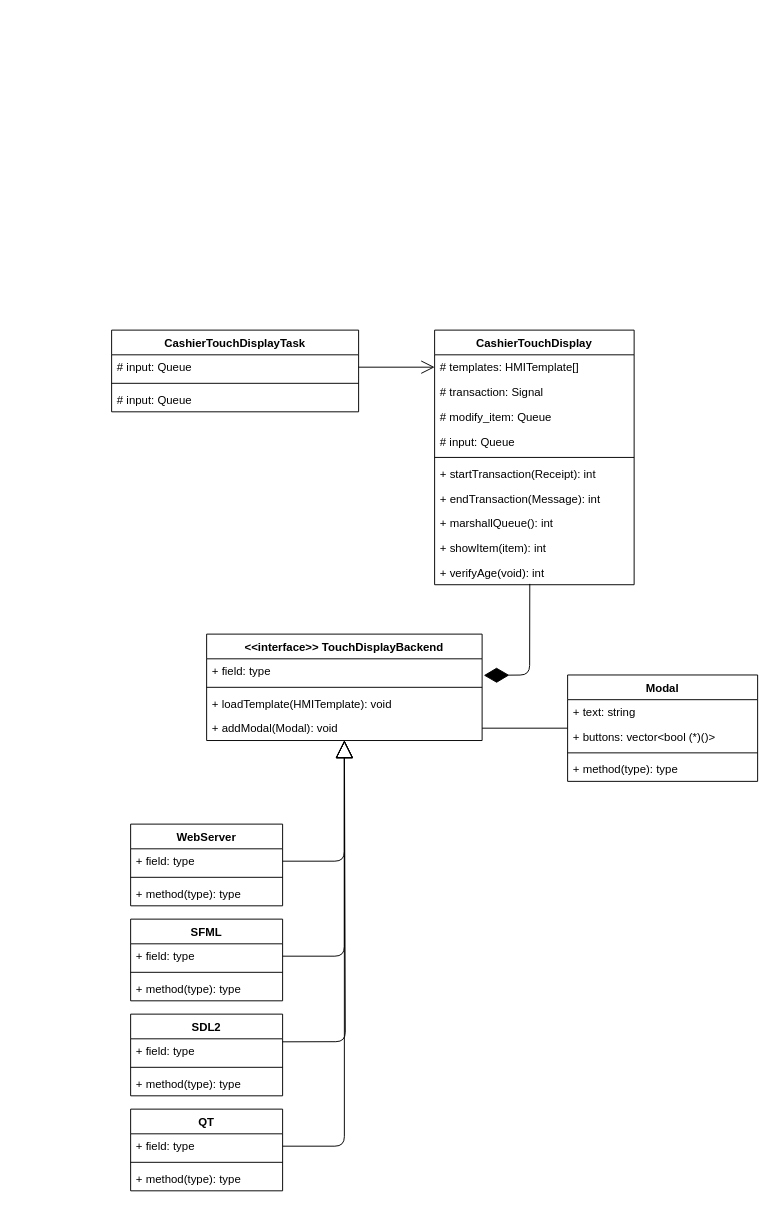
LasseGoransson/ESD-E2020 keeps this draw.io diagram as page "Page-1" (1 of 2) of diagrams/CashierHMI.drawio. Above is the earlier version. Source tidied: cells renumbered, new cells numbered last; positions are measured from the earlier drawing's top-left corner, leaving out a move shared by most shapes. Both pictures are drawn from the tidied source at 95%, with x=0, y=0 at pixel (111, 330).
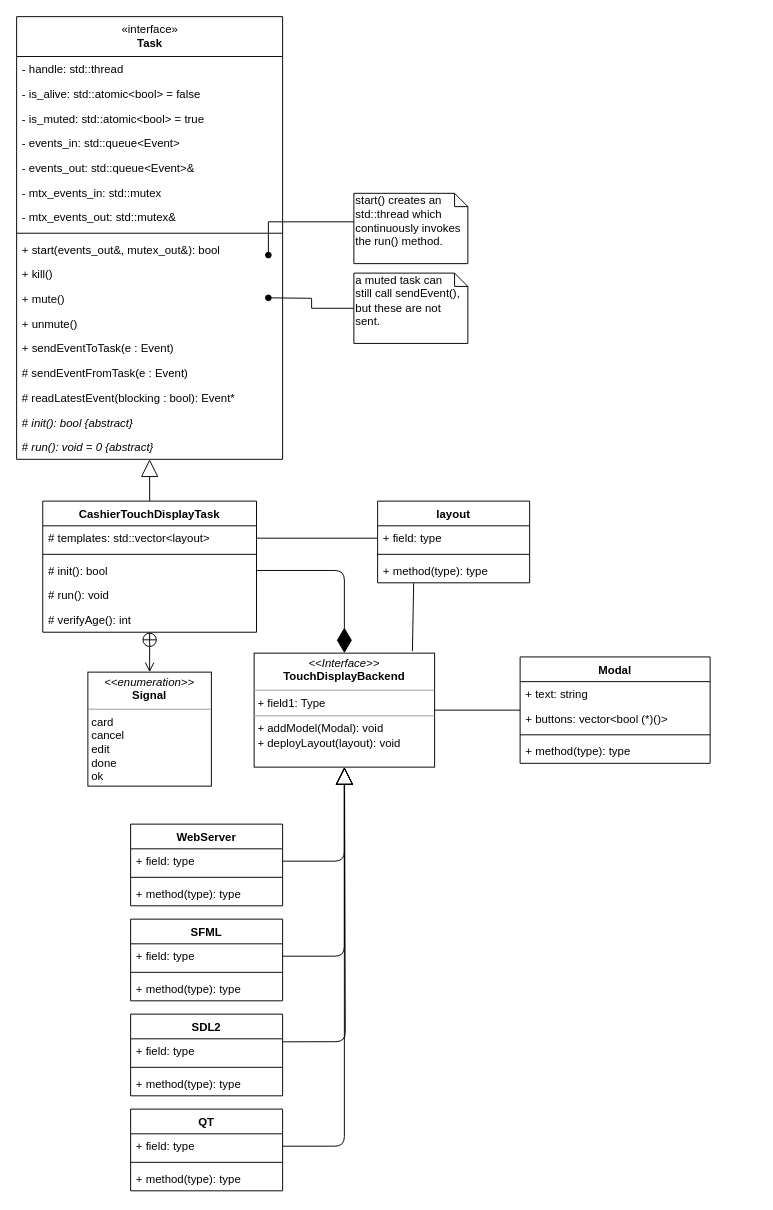
Above is the later version.

Commit message:
Cant remember forgot to commit

The change refers to these unchanged cells:
```xml
<mxCell id="10" value="+ field: type" style="text;strokeColor=none;fillColor=none;align=left;verticalAlign=top;spacingLeft=4;spacingRight=4;overflow=hidden;points=[[0,0.5],[1,0.5]];portConstraint=eastwest;" parent="9" vertex="1">
  <mxGeometry y="26" width="160" height="26" as="geometry" />
</mxCell>
<mxCell id="14" value="+ field: type" style="text;strokeColor=none;fillColor=none;align=left;verticalAlign=top;spacingLeft=4;spacingRight=4;overflow=hidden;points=[[0,0.5],[1,0.5]];portConstraint=eastwest;" parent="13" vertex="1">
  <mxGeometry y="26" width="160" height="26" as="geometry" />
</mxCell>
<mxCell id="33" value="+ field: type" style="text;strokeColor=none;fillColor=none;align=left;verticalAlign=top;spacingLeft=4;spacingRight=4;overflow=hidden;points=[[0,0.5],[1,0.5]];portConstraint=eastwest;" parent="32" vertex="1">
  <mxGeometry y="26" width="160" height="26" as="geometry" />
</mxCell>
<mxCell id="37" value="+ field: type" style="text;strokeColor=none;fillColor=none;align=left;verticalAlign=top;spacingLeft=4;spacingRight=4;overflow=hidden;points=[[0,0.5],[1,0.5]];portConstraint=eastwest;" parent="36" vertex="1">
  <mxGeometry y="26" width="160" height="26" as="geometry" />
</mxCell>
```

Diff of the diagram source:
```diff
@@
-    <mxCell id="2" style="endArrow=block;endSize=16;endFill=0;html=1;fontStyle=1;" parent="1" edge="1" source="10" target="49">
+    <mxCell id="2" style="endArrow=block;endSize=16;endFill=0;html=1;fontStyle=1;" parent="1" edge="1" source="10" target="56">
       <mxGeometry x="0.12" y="-50" relative="1" as="geometry">
         <Array as="points">
           <mxPoint x="245" y="559" />
         </Array>
       </mxGeometry>
     </mxCell>
-    <mxCell id="3" style="endArrow=diamondThin;endFill=1;endSize=24;html=1;strokeColor=#000000;exitX=0.477;exitY=0.967;exitDx=0;exitDy=0;exitPerimeter=0;entryX=1.006;entryY=0.67;entryDx=0;entryDy=0;entryPerimeter=0;" parent="1" edge="1" source="27" target="46">
-      <mxGeometry relative="1" as="geometry">
-        <Array as="points">
-          <mxPoint x="440" y="363" />
-        </Array>
-      </mxGeometry>
-    </mxCell>
-    <mxCell id="4" style="endArrow=open;endFill=1;endSize=12;html=1;strokeColor=#000000;exitX=1;exitY=0.5;exitDx=0;exitDy=0;" parent="1" edge="1" source="29" target="18">
-      <mxGeometry relative="1" as="geometry" />
-    </mxCell>
-    <mxCell id="5" style="endArrow=block;endSize=16;endFill=0;html=1;" parent="1" edge="1" source="14" target="49">
+    <mxCell id="5" style="endArrow=block;endSize=16;endFill=0;html=1;" parent="1" edge="1" source="14" target="56">
       <mxGeometry x="0.12" y="-50" relative="1" as="geometry">
         <Array as="points">
           <mxPoint x="245" y="659" />
         </Array>
       </mxGeometry>
     </mxCell>
-    <mxCell id="6" style="endArrow=block;endSize=16;endFill=0;html=1;exitX=0.999;exitY=0.121;exitDx=0;exitDy=0;exitPerimeter=0;" parent="1" edge="1" source="33" target="49">
+    <mxCell id="6" style="endArrow=block;endSize=16;endFill=0;html=1;exitX=0.999;exitY=0.121;exitDx=0;exitDy=0;exitPerimeter=0;" parent="1" edge="1" source="33" target="56">
       <mxGeometry x="0.12" y="-50" relative="1" as="geometry">
         <Array as="points">
           <mxPoint x="246" y="749" />
         </Array>
       </mxGeometry>
     </mxCell>
-    <mxCell id="7" style="endArrow=block;endSize=16;endFill=0;html=1;exitX=1;exitY=0.5;exitDx=0;exitDy=0;" parent="1" edge="1" source="37" target="49">
+    <mxCell id="7" style="endArrow=block;endSize=16;endFill=0;html=1;exitX=1;exitY=0.5;exitDx=0;exitDy=0;" parent="1" edge="1" source="37" target="56">
       <mxGeometry x="0.12" y="-50" relative="1" as="geometry">
         <Array as="points">
           <mxPoint x="245" y="859" />
         </Array>
       </mxGeometry>
     </mxCell>
-    <mxCell id="8" style="edgeStyle=orthogonalEdgeStyle;rounded=0;jettySize=auto;html=1;entryX=1;entryY=0.5;entryDx=0;entryDy=0;endArrow=none;endFill=0;strokeColor=#000000;" parent="1" edge="1" source="40" target="49">
+    <mxCell id="8" style="edgeStyle=orthogonalEdgeStyle;rounded=0;jettySize=auto;html=1;endArrow=none;endFill=0;strokeColor=#000000;" parent="1" edge="1" source="40" target="56">
       <mxGeometry relative="1" as="geometry" />
     </mxCell>
+    <mxCell id="50" value="start() creates an std::thread which continuously invokes the run() method." style="shape=note;whiteSpace=wrap;html=1;size=14;verticalAlign=top;align=left;spacingTop=-6;" parent="1" vertex="1">
+      <mxGeometry x="255" y="-144" width="120" height="74" as="geometry" />
+    </mxCell>
+    <mxCell id="51" style="edgeStyle=orthogonalEdgeStyle;rounded=0;jettySize=auto;html=1;endArrow=oval;endFill=1;" parent="1" edge="1" source="50">
+      <mxGeometry relative="1" as="geometry">
+        <mxPoint x="165" y="-79" as="targetPoint" />
+        <Array as="points">
+          <mxPoint x="165" y="-114" />
+        </Array>
+      </mxGeometry>
+    </mxCell>
+    <mxCell id="52" value="a muted task can&lt;br&gt;still call sendEvent(),&lt;br&gt;but these are not sent." style="shape=note;whiteSpace=wrap;html=1;size=14;verticalAlign=top;align=left;spacingTop=-6;" parent="1" vertex="1">
+      <mxGeometry x="255" y="-60" width="120" height="74" as="geometry" />
+    </mxCell>
+    <mxCell id="53" style="edgeStyle=orthogonalEdgeStyle;rounded=0;jettySize=auto;html=1;endArrow=oval;endFill=1;" parent="1" edge="1" source="52">
+      <mxGeometry relative="1" as="geometry">
+        <mxPoint x="165" y="-34" as="targetPoint" />
+      </mxGeometry>
+    </mxCell>
+    <mxCell id="54" style="endArrow=block;endSize=16;endFill=0;html=1;" parent="1" edge="1" source="28" target="74">
+      <mxGeometry relative="1" as="geometry" />
+    </mxCell>
+    <mxCell id="55" value="&lt;p style=&quot;margin: 0px ; margin-top: 4px ; text-align: center&quot;&gt;&lt;i&gt;&amp;lt;&amp;lt;enumeration&amp;gt;&amp;gt;&lt;/i&gt;&lt;br&gt;&lt;b&gt;Signal&lt;/b&gt;&lt;/p&gt;&lt;hr size=&quot;1&quot;&gt;&lt;p style=&quot;margin: 0px ; margin-left: 4px&quot;&gt;card&lt;/p&gt;&lt;p style=&quot;margin: 0px ; margin-left: 4px&quot;&gt;cancel&lt;/p&gt;&lt;p style=&quot;margin: 0px ; margin-left: 4px&quot;&gt;edit&lt;/p&gt;&lt;p style=&quot;margin: 0px ; margin-left: 4px&quot;&gt;done&lt;/p&gt;&lt;p style=&quot;margin: 0px ; margin-left: 4px&quot;&gt;ok&lt;/p&gt;&lt;p style=&quot;margin: 0px ; margin-left: 4px&quot;&gt;&lt;br&gt;&lt;/p&gt;" style="verticalAlign=top;align=left;overflow=fill;fontSize=12;fontFamily=Helvetica;html=1;" parent="1" vertex="1">
+      <mxGeometry x="-25" y="360" width="130" height="120" as="geometry" />
+    </mxCell>
+    <mxCell id="56" value="&lt;p style=&quot;margin: 0px ; margin-top: 4px ; text-align: center&quot;&gt;&lt;i&gt;&amp;lt;&amp;lt;Interface&amp;gt;&amp;gt;&lt;/i&gt;&lt;br&gt;&lt;span style=&quot;font-weight: 700&quot;&gt;TouchDisplayBackend&lt;/span&gt;&lt;br&gt;&lt;/p&gt;&lt;hr size=&quot;1&quot;&gt;&lt;p style=&quot;margin: 0px ; margin-left: 4px&quot;&gt;+ field1: Type&lt;br&gt;&lt;/p&gt;&lt;hr size=&quot;1&quot;&gt;&lt;p style=&quot;margin: 0px ; margin-left: 4px&quot;&gt;+ addModel(Modal): void&lt;br&gt;+ deployLayout(layout): void&lt;br&gt;&lt;/p&gt;" style="verticalAlign=top;align=left;overflow=fill;fontSize=12;fontFamily=Helvetica;html=1;" parent="1" vertex="1">
+      <mxGeometry x="150" y="340" width="190" height="120" as="geometry" />
+    </mxCell>
@@
-    <mxCell id="17" value="CashierTouchDisplay" style="swimlane;fontStyle=1;align=center;verticalAlign=top;horizontal=1;startSize=26;strokeColor=#000000;" parent="1" vertex="1">
-      <mxGeometry x="340" width="210" height="268" as="geometry" />
-    </mxCell>
-    <mxCell id="18" value="# templates: HMITemplate[]" style="text;strokeColor=none;fillColor=none;align=left;verticalAlign=top;spacingLeft=4;spacingRight=4;overflow=hidden;points=[[0,0.5],[1,0.5]];portConstraint=eastwest;" parent="17" vertex="1">
-      <mxGeometry y="26" width="210" height="26" as="geometry" />
-    </mxCell>
-    <mxCell id="19" value="# transaction: Signal" style="text;strokeColor=none;fillColor=none;align=left;verticalAlign=top;spacingLeft=4;spacingRight=4;overflow=hidden;" parent="17" vertex="1">
-      <mxGeometry y="52" width="210" height="26" as="geometry" />
-    </mxCell>
-    <mxCell id="20" value="# modify_item: Queue" style="text;strokeColor=none;fillColor=none;align=left;verticalAlign=top;spacingLeft=4;spacingRight=4;overflow=hidden;" parent="17" vertex="1">
-      <mxGeometry y="78" width="210" height="26" as="geometry" />
-    </mxCell>
-    <mxCell id="21" value="# input: Queue" style="text;strokeColor=none;fillColor=none;align=left;verticalAlign=top;spacingLeft=4;spacingRight=4;overflow=hidden;" parent="17" vertex="1">
-      <mxGeometry y="104" width="210" height="26" as="geometry" />
-    </mxCell>
-    <mxCell id="22" style="line;strokeWidth=1;fillColor=none;align=left;verticalAlign=middle;spacingTop=-1;spacingLeft=3;spacingRight=3;labelPosition=right;" parent="17" vertex="1">
-      <mxGeometry y="130" width="210" height="8" as="geometry" />
-    </mxCell>
-    <mxCell id="23" value="+ startTransaction(Receipt): int" style="text;strokeColor=none;fillColor=none;align=left;verticalAlign=top;spacingLeft=4;spacingRight=4;overflow=hidden;" parent="17" vertex="1">
-      <mxGeometry y="138" width="210" height="26" as="geometry" />
-    </mxCell>
-    <mxCell id="24" value="+ endTransaction(Message): int" style="text;strokeColor=none;fillColor=none;align=left;verticalAlign=top;spacingLeft=4;spacingRight=4;overflow=hidden;" parent="17" vertex="1">
-      <mxGeometry y="164" width="210" height="26" as="geometry" />
-    </mxCell>
-    <mxCell id="25" value="+ marshallQueue(): int" style="text;strokeColor=none;fillColor=none;align=left;verticalAlign=top;spacingLeft=4;spacingRight=4;overflow=hidden;" parent="17" vertex="1">
-      <mxGeometry y="190" width="210" height="26" as="geometry" />
-    </mxCell>
-    <mxCell id="26" value="+ showItem(item): int" style="text;strokeColor=none;fillColor=none;align=left;verticalAlign=top;spacingLeft=4;spacingRight=4;overflow=hidden;" parent="17" vertex="1">
-      <mxGeometry y="216" width="210" height="26" as="geometry" />
-    </mxCell>
-    <mxCell id="27" value="+ verifyAge(void): int" style="text;strokeColor=none;fillColor=none;align=left;verticalAlign=top;spacingLeft=4;spacingRight=4;overflow=hidden;points=[[0,0.5],[1,0.5]];portConstraint=eastwest;" parent="17" vertex="1">
-      <mxGeometry y="242" width="210" height="26" as="geometry" />
-    </mxCell>
-    <mxCell id="28" value="CashierTouchDisplayTask" style="swimlane;fontStyle=1;align=center;verticalAlign=top;horizontal=1;startSize=26;strokeColor=#000000;" parent="1" vertex="1">
-      <mxGeometry width="260" height="86" as="geometry" />
-    </mxCell>
-    <mxCell id="29" value="# input: Queue" style="text;strokeColor=none;fillColor=none;align=left;verticalAlign=top;spacingLeft=4;spacingRight=4;overflow=hidden;points=[[0,0.5],[1,0.5]];portConstraint=eastwest;" parent="28" vertex="1">
-      <mxGeometry y="26" width="260" height="26" as="geometry" />
-    </mxCell>
-    <mxCell id="30" style="line;strokeWidth=1;fillColor=none;align=left;verticalAlign=middle;spacingTop=-1;spacingLeft=3;spacingRight=3;labelPosition=right;" parent="28" vertex="1">
-      <mxGeometry y="52" width="260" height="8" as="geometry" />
-    </mxCell>
-    <mxCell id="31" value="# input: Queue" style="text;strokeColor=none;fillColor=none;align=left;verticalAlign=top;spacingLeft=4;spacingRight=4;overflow=hidden;points=[[0,0.5],[1,0.5]];portConstraint=eastwest;" parent="28" vertex="1">
-      <mxGeometry y="60" width="260" height="26" as="geometry" />
-    </mxCell>
@@
+    <mxCell id="57" value="&lt;span style=&quot;font-weight: normal&quot;&gt;«interface»&lt;br&gt;&lt;/span&gt;Task" style="swimlane;fontStyle=1;align=center;verticalAlign=top;horizontal=1;startSize=42;html=1;" parent="1" vertex="1">
+      <mxGeometry x="-100" y="-330" width="280" height="466" as="geometry" />
+    </mxCell>
+    <mxCell id="58" value="- handle: std::thread" style="text;strokeColor=none;fillColor=none;align=left;verticalAlign=top;spacingLeft=4;spacingRight=4;overflow=hidden;" parent="57" vertex="1">
+      <mxGeometry y="42" width="280" height="26" as="geometry" />
+    </mxCell>
+    <mxCell id="59" value="- is_alive: std::atomic&lt;bool&gt; = false" style="text;strokeColor=none;fillColor=none;align=left;verticalAlign=top;spacingLeft=4;spacingRight=4;overflow=hidden;" parent="57" vertex="1">
+      <mxGeometry y="68" width="280" height="26" as="geometry" />
+    </mxCell>
+    <mxCell id="60" value="- is_muted: std::atomic&lt;bool&gt; = true" style="text;strokeColor=none;fillColor=none;align=left;verticalAlign=top;spacingLeft=4;spacingRight=4;overflow=hidden;" parent="57" vertex="1">
+      <mxGeometry y="94" width="280" height="26" as="geometry" />
+    </mxCell>
+    <mxCell id="61" value="- events_in: std::queue&lt;Event&gt;" style="text;strokeColor=none;fillColor=none;align=left;verticalAlign=top;spacingLeft=4;spacingRight=4;overflow=hidden;" parent="57" vertex="1">
+      <mxGeometry y="120" width="280" height="26" as="geometry" />
+    </mxCell>
+    <mxCell id="62" value="- events_out: std::queue&lt;Event&gt;&amp;" style="text;strokeColor=none;fillColor=none;align=left;verticalAlign=top;spacingLeft=4;spacingRight=4;overflow=hidden;" parent="57" vertex="1">
+      <mxGeometry y="146" width="280" height="26" as="geometry" />
+    </mxCell>
+    <mxCell id="63" value="- mtx_events_in: std::mutex" style="text;strokeColor=none;fillColor=none;align=left;verticalAlign=top;spacingLeft=4;spacingRight=4;overflow=hidden;" parent="57" vertex="1">
+      <mxGeometry y="172" width="280" height="26" as="geometry" />
+    </mxCell>
+    <mxCell id="64" value="- mtx_events_out: std::mutex&amp;" style="text;strokeColor=none;fillColor=none;align=left;verticalAlign=top;spacingLeft=4;spacingRight=4;overflow=hidden;" parent="57" vertex="1">
+      <mxGeometry y="198" width="280" height="26" as="geometry" />
+    </mxCell>
+    <mxCell id="65" style="line;strokeWidth=1;fillColor=none;align=left;verticalAlign=middle;spacingTop=-1;spacingLeft=3;spacingRight=3;labelPosition=right;" parent="57" vertex="1">
+      <mxGeometry y="224" width="280" height="8" as="geometry" />
+    </mxCell>
+    <mxCell id="66" value="+ start(events_out&amp;, mutex_out&amp;): bool" style="text;strokeColor=none;fillColor=none;align=left;verticalAlign=top;spacingLeft=4;spacingRight=4;overflow=hidden;" parent="57" vertex="1">
+      <mxGeometry y="232" width="280" height="26" as="geometry" />
+    </mxCell>
+    <mxCell id="67" value="+ kill()" style="text;strokeColor=none;fillColor=none;align=left;verticalAlign=top;spacingLeft=4;spacingRight=4;overflow=hidden;" parent="57" vertex="1">
+      <mxGeometry y="258" width="280" height="26" as="geometry" />
+    </mxCell>
+    <mxCell id="68" value="+ mute()" style="text;strokeColor=none;fillColor=none;align=left;verticalAlign=top;spacingLeft=4;spacingRight=4;overflow=hidden;" parent="57" vertex="1">
+      <mxGeometry y="284" width="280" height="26" as="geometry" />
+    </mxCell>
+    <mxCell id="69" value="+ unmute()" style="text;strokeColor=none;fillColor=none;align=left;verticalAlign=top;spacingLeft=4;spacingRight=4;overflow=hidden;" parent="57" vertex="1">
+      <mxGeometry y="310" width="280" height="26" as="geometry" />
+    </mxCell>
+    <mxCell id="70" value="+ sendEventToTask(e : Event)" style="text;strokeColor=none;fillColor=none;align=left;verticalAlign=top;spacingLeft=4;spacingRight=4;overflow=hidden;" parent="57" vertex="1">
+      <mxGeometry y="336" width="280" height="26" as="geometry" />
+    </mxCell>
+    <mxCell id="71" value="# sendEventFromTask(e : Event)" style="text;strokeColor=none;fillColor=none;align=left;verticalAlign=top;spacingLeft=4;spacingRight=4;overflow=hidden;" parent="57" vertex="1">
+      <mxGeometry y="362" width="280" height="26" as="geometry" />
+    </mxCell>
+    <mxCell id="72" value="# readLatestEvent(blocking : bool): Event*" style="text;strokeColor=none;fillColor=none;align=left;verticalAlign=top;spacingLeft=4;spacingRight=4;overflow=hidden;" parent="57" vertex="1">
+      <mxGeometry y="388" width="280" height="26" as="geometry" />
+    </mxCell>
+    <mxCell id="73" value="&lt;span style=&quot;font-style: normal&quot;&gt;#&lt;/span&gt; init(): bool {abstract}" style="text;strokeColor=none;fillColor=none;align=left;verticalAlign=top;spacingLeft=4;spacingRight=4;overflow=hidden;fontStyle=2;html=1;" parent="57" vertex="1">
+      <mxGeometry y="414" width="280" height="26" as="geometry" />
+    </mxCell>
+    <mxCell id="74" value="&lt;span style=&quot;font-style: normal&quot;&gt;#&lt;/span&gt; run(): void = 0 {abstract}" style="text;strokeColor=none;fillColor=none;align=left;verticalAlign=top;spacingLeft=4;spacingRight=4;overflow=hidden;points=[[0,0.5],[1,0.5]];portConstraint=eastwest;fontStyle=2;html=1;" parent="57" vertex="1">
+      <mxGeometry y="440" width="280" height="26" as="geometry" />
+    </mxCell>
     <mxCell id="40" value="Modal" style="swimlane;fontStyle=1;align=center;verticalAlign=top;horizontal=1;startSize=26;strokeColor=#000000;" parent="1" vertex="1">
-      <mxGeometry x="480" y="363" width="200" height="112" as="geometry" />
+      <mxGeometry x="430" y="344" width="200" height="112" as="geometry" />
     </mxCell>
@@
-    <mxCell id="45" value="&lt;&lt;interface&gt;&gt; TouchDisplayBackend" style="swimlane;fontStyle=1;align=center;verticalAlign=top;horizontal=1;startSize=26;strokeColor=#000000;" parent="1" vertex="1">
-      <mxGeometry x="100" y="320" width="290" height="112" as="geometry" />
-    </mxCell>
+    <mxCell id="28" value="CashierTouchDisplayTask" style="swimlane;fontStyle=1;align=center;verticalAlign=top;horizontal=1;startSize=26;strokeColor=#000000;" parent="1" vertex="1">
+      <mxGeometry x="-72.5" y="180" width="225" height="138" as="geometry" />
+    </mxCell>
+    <mxCell id="29" value="# templates: std::vector&lt;layout&gt;" style="text;strokeColor=none;fillColor=none;align=left;verticalAlign=top;spacingLeft=4;spacingRight=4;overflow=hidden;points=[[0,0.5],[1,0.5]];portConstraint=eastwest;" parent="28" vertex="1">
+      <mxGeometry y="26" width="225" height="26" as="geometry" />
+    </mxCell>
+    <mxCell id="30" style="line;strokeWidth=1;fillColor=none;align=left;verticalAlign=middle;spacingTop=-1;spacingLeft=3;spacingRight=3;labelPosition=right;" parent="28" vertex="1">
+      <mxGeometry y="52" width="225" height="8" as="geometry" />
+    </mxCell>
+    <mxCell id="31" value="# init(): bool" style="text;strokeColor=none;fillColor=none;align=left;verticalAlign=top;spacingLeft=4;spacingRight=4;overflow=hidden;points=[[0,0.5],[1,0.5]];portConstraint=eastwest;" parent="28" vertex="1">
+      <mxGeometry y="60" width="225" height="26" as="geometry" />
+    </mxCell>
+    <mxCell id="75" value="# run(): void" style="text;strokeColor=none;fillColor=none;align=left;verticalAlign=top;spacingLeft=4;spacingRight=4;overflow=hidden;" parent="28" vertex="1">
+      <mxGeometry y="86" width="225" height="26" as="geometry" />
+    </mxCell>
+    <mxCell id="76" value="# verifyAge(): int" style="text;strokeColor=none;fillColor=none;align=left;verticalAlign=top;spacingLeft=4;spacingRight=4;overflow=hidden;points=[[0,0.5],[1,0.5]];portConstraint=eastwest;" parent="28" vertex="1">
+      <mxGeometry y="112" width="225" height="26" as="geometry" />
+    </mxCell>
+    <mxCell id="77" style="endArrow=diamondThin;endFill=1;endSize=24;html=1;exitX=1;exitY=0.5;exitDx=0;exitDy=0;" parent="1" edge="1" source="31" target="56">
+      <mxGeometry relative="1" as="geometry">
+        <Array as="points">
+          <mxPoint x="245" y="253" />
+        </Array>
+      </mxGeometry>
+    </mxCell>
+    <mxCell id="78" style="endArrow=open;startArrow=circlePlus;endFill=0;startFill=0;endSize=8;html=1;" parent="1" edge="1" source="76" target="55">
+      <mxGeometry relative="1" as="geometry" />
+    </mxCell>
+    <mxCell id="79" style="endArrow=none;html=1;exitX=1;exitY=0.5;exitDx=0;exitDy=0;entryX=0;entryY=0.5;entryDx=0;entryDy=0;" parent="1" edge="1" source="29" target="46">
+      <mxGeometry relative="1" as="geometry" />
+    </mxCell>
+    <mxCell id="80" value="layout" style="swimlane;fontStyle=1;align=center;verticalAlign=top;horizontal=1;startSize=26;" parent="1" vertex="1">
+      <mxGeometry x="280" y="180" width="160" height="86" as="geometry" />
+    </mxCell>
-    <mxCell id="46" value="+ field: type" style="text;strokeColor=none;fillColor=none;align=left;verticalAlign=top;spacingLeft=4;spacingRight=4;overflow=hidden;points=[[0,0.5],[1,0.5]];portConstraint=eastwest;" parent="45" vertex="1">
-      <mxGeometry y="26" width="290" height="26" as="geometry" />
+    <mxCell id="46" value="+ field: type" style="text;strokeColor=none;fillColor=none;align=left;verticalAlign=top;spacingLeft=4;spacingRight=4;overflow=hidden;points=[[0,0.5],[1,0.5]];portConstraint=eastwest;" parent="80" vertex="1">
+      <mxGeometry y="26" width="160" height="26" as="geometry" />
     </mxCell>
-    <mxCell id="47" style="line;strokeWidth=1;fillColor=none;align=left;verticalAlign=middle;spacingTop=-1;spacingLeft=3;spacingRight=3;labelPosition=right;" parent="45" vertex="1">
-      <mxGeometry y="52" width="290" height="8" as="geometry" />
-    </mxCell>
-    <mxCell id="48" value="+ loadTemplate(HMITemplate): void" style="text;strokeColor=none;fillColor=none;align=left;verticalAlign=top;spacingLeft=4;spacingRight=4;overflow=hidden;" parent="45" vertex="1">
-      <mxGeometry y="60" width="290" height="26" as="geometry" />
-    </mxCell>
-    <mxCell id="49" value="+ addModal(Modal): void" style="text;strokeColor=none;fillColor=none;align=left;verticalAlign=top;spacingLeft=4;spacingRight=4;overflow=hidden;points=[[0,0.5],[1,0.5]];portConstraint=eastwest;" parent="45" vertex="1">
-      <mxGeometry y="86" width="290" height="26" as="geometry" />
-    </mxCell>
+    <mxCell id="81" style="line;strokeWidth=1;fillColor=none;align=left;verticalAlign=middle;spacingTop=-1;spacingLeft=3;spacingRight=3;labelPosition=right;" parent="80" vertex="1">
+      <mxGeometry y="52" width="160" height="8" as="geometry" />
+    </mxCell>
+    <mxCell id="82" value="+ method(type): type" style="text;strokeColor=none;fillColor=none;align=left;verticalAlign=top;spacingLeft=4;spacingRight=4;overflow=hidden;points=[[0,0.5],[1,0.5]];portConstraint=eastwest;" parent="80" vertex="1">
+      <mxGeometry y="60" width="160" height="26" as="geometry" />
+    </mxCell>
+    <mxCell id="83" style="endArrow=none;html=1;exitX=0.877;exitY=-0.018;exitDx=0;exitDy=0;exitPerimeter=0;entryX=0.237;entryY=1.016;entryDx=0;entryDy=0;entryPerimeter=0;" parent="1" edge="1" source="56" target="82">
+      <mxGeometry relative="1" as="geometry" />
+    </mxCell>
```
